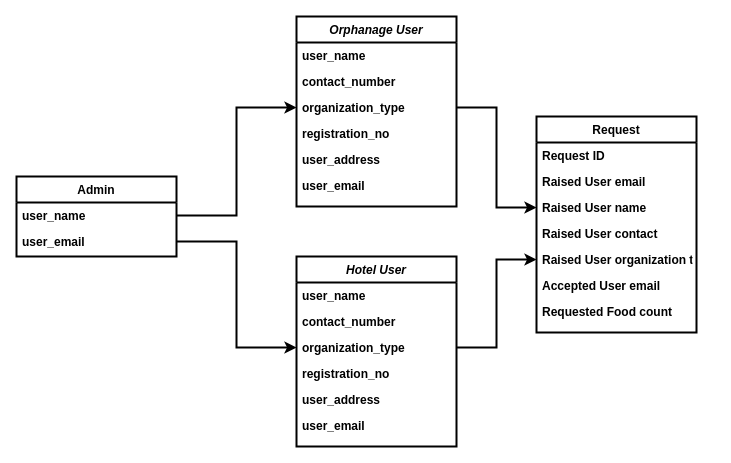
Earlier version of the draw.io diagram classDiagram.drawio (Sriram-V-99/MCA-Project-). Source tidied: cells renumbered, new cells numbered last; positions are measured from the earlier drawing's top-left corner, leaving out a move shared by most shapes. Both pictures are drawn from the tidied source at 100%, with x=0, y=0 at pixel (16, 16).
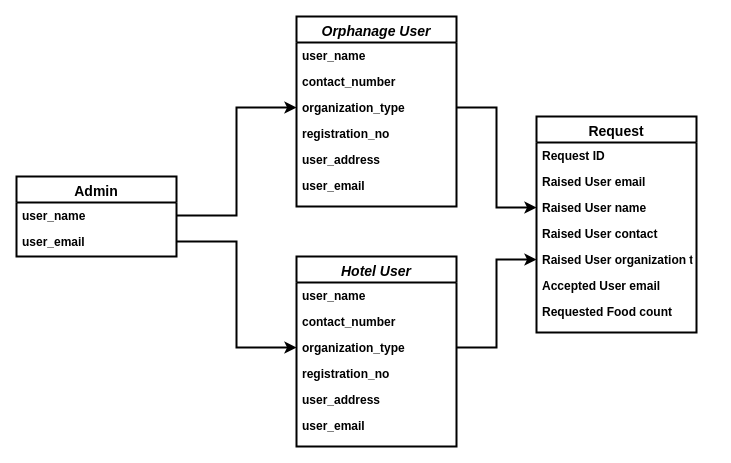
The same page after the edit.

The edit, as a diff of the source:
```diff
@@
-    <mxCell id="2" value="Orphanage User" style="swimlane;fontStyle=3;align=center;verticalAlign=top;horizontal=1;startSize=26;rounded=0;shadow=0;strokeWidth=2;" parent="1" vertex="1">
+    <mxCell id="2" value="Orphanage User" style="swimlane;fontStyle=3;align=center;verticalAlign=top;horizontal=1;startSize=26;rounded=0;shadow=0;strokeWidth=2;fontSize=14;" parent="1" vertex="1">
       <mxGeometry x="280" width="160" height="190" as="geometry" />
     </mxCell>
@@
-    <mxCell id="9" value="Admin" style="swimlane;fontStyle=1;align=center;verticalAlign=top;horizontal=1;startSize=26;rounded=0;shadow=0;strokeWidth=2;" parent="1" vertex="1">
+    <mxCell id="9" value="Admin" style="swimlane;fontStyle=1;align=center;verticalAlign=top;horizontal=1;startSize=26;rounded=0;shadow=0;strokeWidth=2;fontSize=14;" parent="1" vertex="1">
       <mxGeometry y="160" width="160" height="80" as="geometry" />
     </mxCell>
@@
-    <mxCell id="12" value="Request" style="swimlane;fontStyle=1;align=center;verticalAlign=top;horizontal=1;startSize=26;rounded=0;shadow=0;strokeWidth=2;" parent="1" vertex="1">
+    <mxCell id="12" value="Request" style="swimlane;fontStyle=1;align=center;verticalAlign=top;horizontal=1;startSize=26;rounded=0;shadow=0;strokeWidth=2;fontSize=14;" parent="1" vertex="1">
       <mxGeometry x="520" y="100" width="160" height="216" as="geometry" />
     </mxCell>
@@
-    <mxCell id="20" value="Hotel User" style="swimlane;fontStyle=3;align=center;verticalAlign=top;horizontal=1;startSize=26;rounded=0;shadow=0;strokeWidth=2;" parent="1" vertex="1">
+    <mxCell id="20" value="Hotel User" style="swimlane;fontStyle=3;align=center;verticalAlign=top;horizontal=1;startSize=26;rounded=0;shadow=0;strokeWidth=2;fontSize=14;" parent="1" vertex="1">
       <mxGeometry x="280" y="240" width="160" height="190" as="geometry" />
     </mxCell>
```
